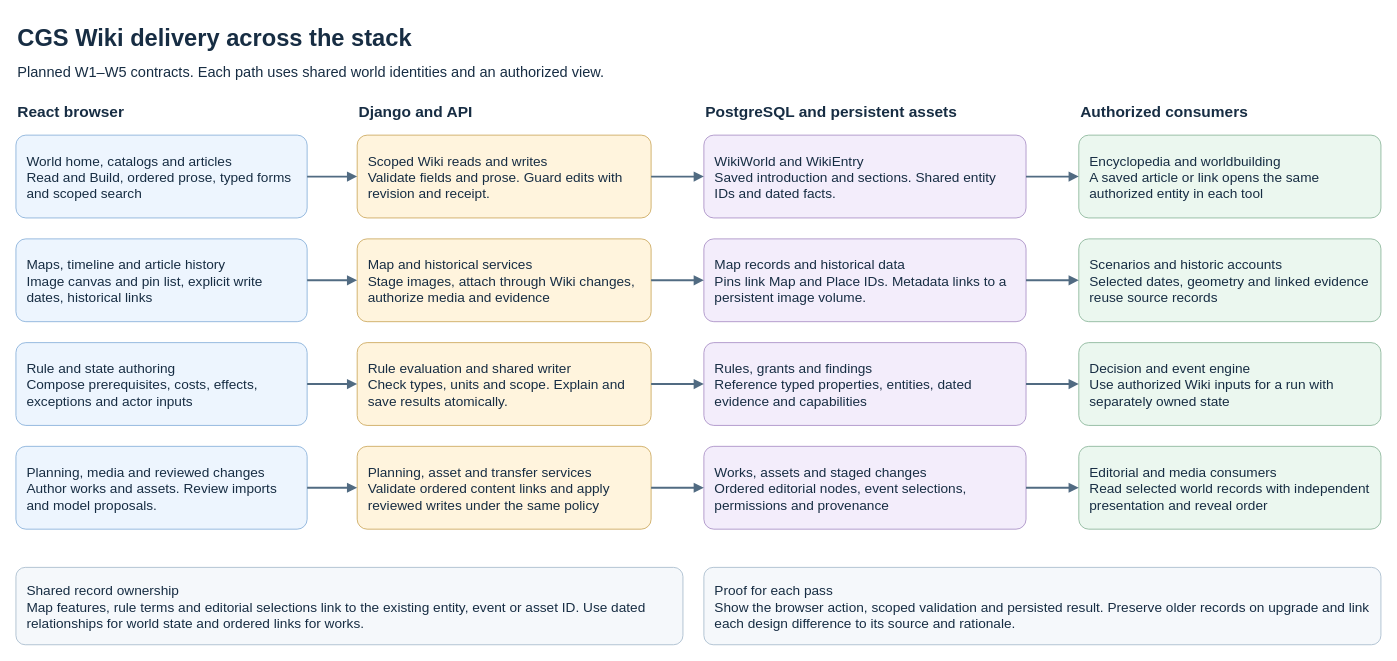
DEVdaVinci/CGS-v1 keeps this draw.io diagram as page "Full Wiki delivery and consumers" (6 of 17) of docs/CGS_Codex_Local_Handoff/CGS_First_Playable_Architecture.drawio. Above is the earlier version. Source tidied: cells renumbered, new cells numbered last; positions are measured from the earlier drawing's top-left corner, leaving out a move shared by most shapes. Both pictures are drawn from the tidied source at 91%, with x=0, y=0 at pixel (15, 15).
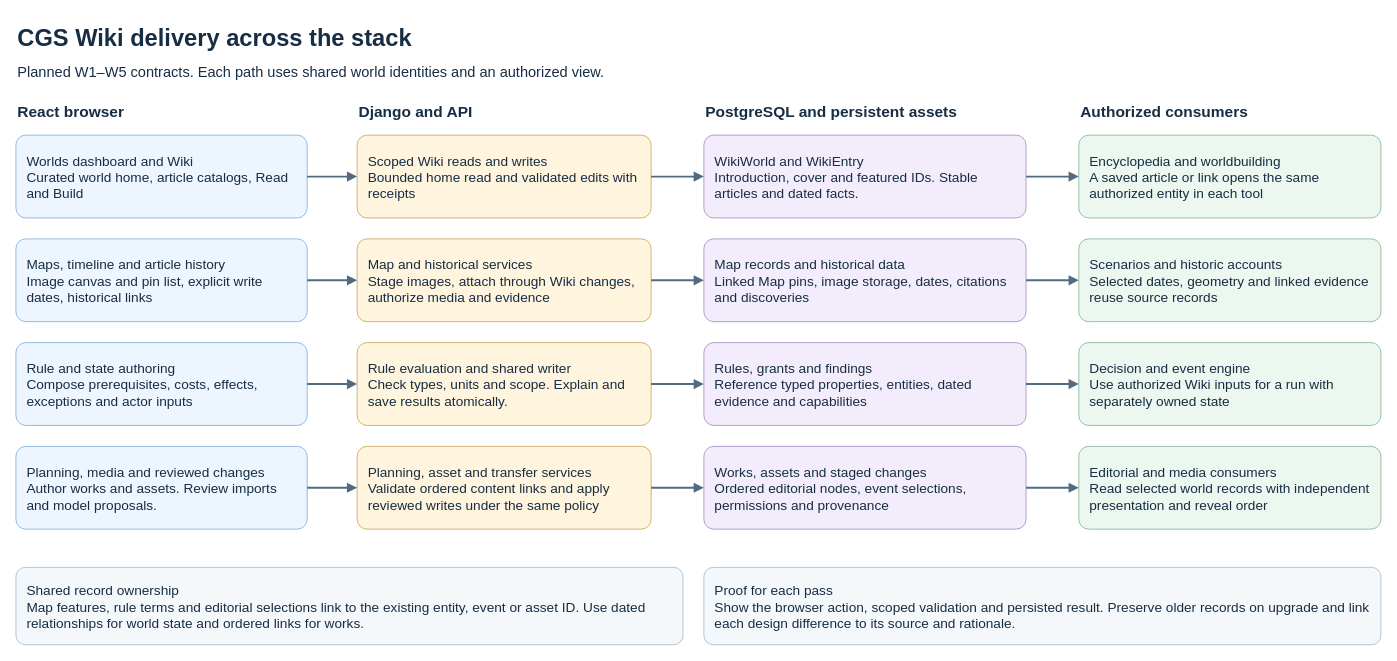
After the change.

The edit, as a diff of the source:
```diff
@@
-    <mxCell id="8" value="World home, catalogs and articles&#10;Read and Build, ordered prose, typed forms and scoped search" style="rounded=1;arcSize=12;whiteSpace=wrap;align=left;verticalAlign=middle;spacing=12;fontSize=15;fillColor=#EDF5FE;strokeColor=#8EB4DC;fontColor=#172D43;" parent="1" vertex="1">
+    <mxCell id="8" value="Worlds dashboard and Wiki&#10;Curated world home, article catalogs, Read and Build" style="rounded=1;arcSize=12;whiteSpace=wrap;align=left;verticalAlign=middle;spacing=12;fontSize=15;fillColor=#EDF5FE;strokeColor=#8EB4DC;fontColor=#172D43;" parent="1" vertex="1">
       <mxGeometry y="131" width="320" height="91" as="geometry" />
     </mxCell>
-    <mxCell id="9" value="Scoped Wiki reads and writes&#10;Validate fields and prose. Guard edits with revision and receipt." style="rounded=1;arcSize=12;whiteSpace=wrap;align=left;verticalAlign=middle;spacing=12;fontSize=15;fillColor=#FFF4DD;strokeColor=#CFAD65;fontColor=#172D43;" parent="1" vertex="1">
+    <mxCell id="9" value="Scoped Wiki reads and writes&#10;Bounded home read and validated edits with receipts" style="rounded=1;arcSize=12;whiteSpace=wrap;align=left;verticalAlign=middle;spacing=12;fontSize=15;fillColor=#FFF4DD;strokeColor=#CFAD65;fontColor=#172D43;" parent="1" vertex="1">
       <mxGeometry x="375" y="131" width="323" height="91" as="geometry" />
     </mxCell>
-    <mxCell id="10" value="WikiWorld and WikiEntry&#10;Saved introduction and sections. Shared entity IDs and dated facts." style="rounded=1;arcSize=12;whiteSpace=wrap;align=left;verticalAlign=middle;spacing=12;fontSize=15;fillColor=#F3EDFB;strokeColor=#AE96C9;fontColor=#172D43;" parent="1" vertex="1">
+    <mxCell id="10" value="WikiWorld and WikiEntry&#10;Introduction, cover and featured IDs. Stable articles and dated facts." style="rounded=1;arcSize=12;whiteSpace=wrap;align=left;verticalAlign=middle;spacing=12;fontSize=15;fillColor=#F3EDFB;strokeColor=#AE96C9;fontColor=#172D43;" parent="1" vertex="1">
       <mxGeometry x="756" y="131" width="354" height="91" as="geometry" />
     </mxCell>
@@
-    <mxCell id="14" value="Map records and historical data&#10;Pins link Map and Place IDs. Metadata links to a persistent image volume." style="rounded=1;arcSize=12;whiteSpace=wrap;align=left;verticalAlign=middle;spacing=12;fontSize=15;fillColor=#F3EDFB;strokeColor=#AE96C9;fontColor=#172D43;" parent="1" vertex="1">
+    <mxCell id="14" value="Map records and historical data&#10;Linked Map pins, image storage, dates, citations and discoveries" style="rounded=1;arcSize=12;whiteSpace=wrap;align=left;verticalAlign=middle;spacing=12;fontSize=15;fillColor=#F3EDFB;strokeColor=#AE96C9;fontColor=#172D43;" parent="1" vertex="1">
       <mxGeometry x="756" y="245" width="354" height="91" as="geometry" />
     </mxCell>
```
